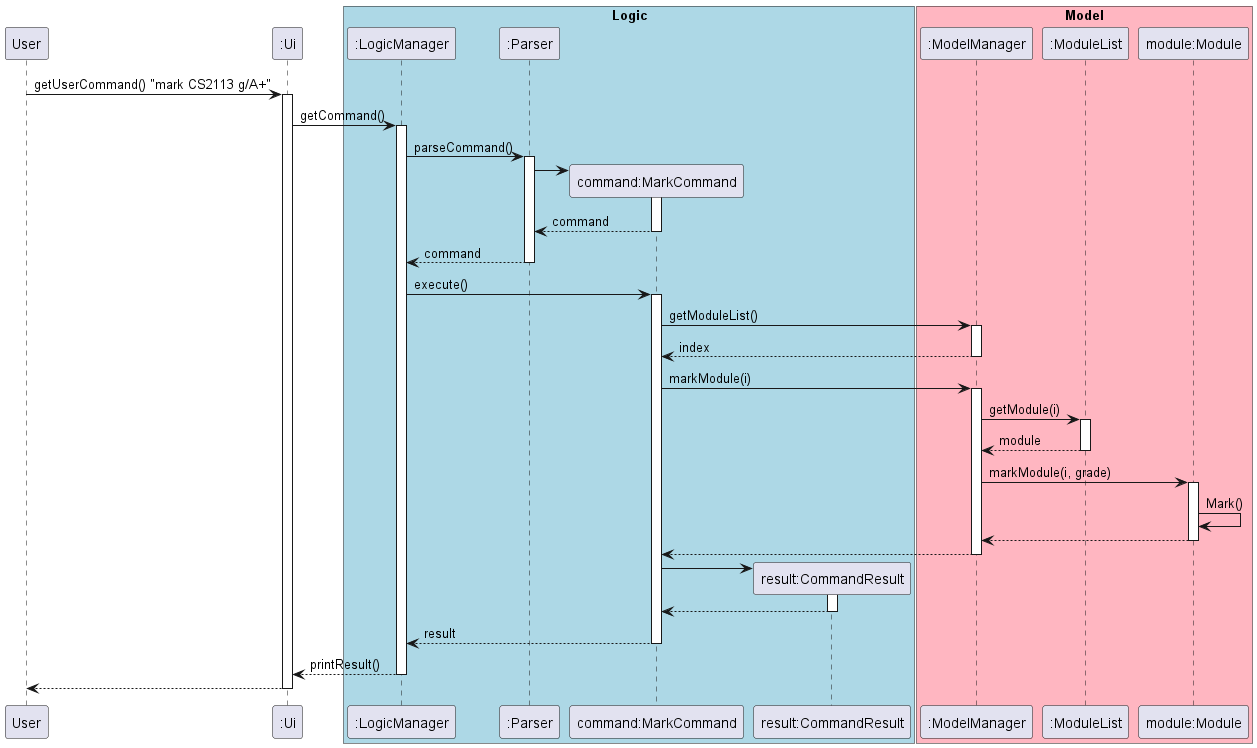
Before: docs/uml/diagrams/MarkModSequence.png, a diagram exported from PlantUML (sriram-senthilkr/tp).
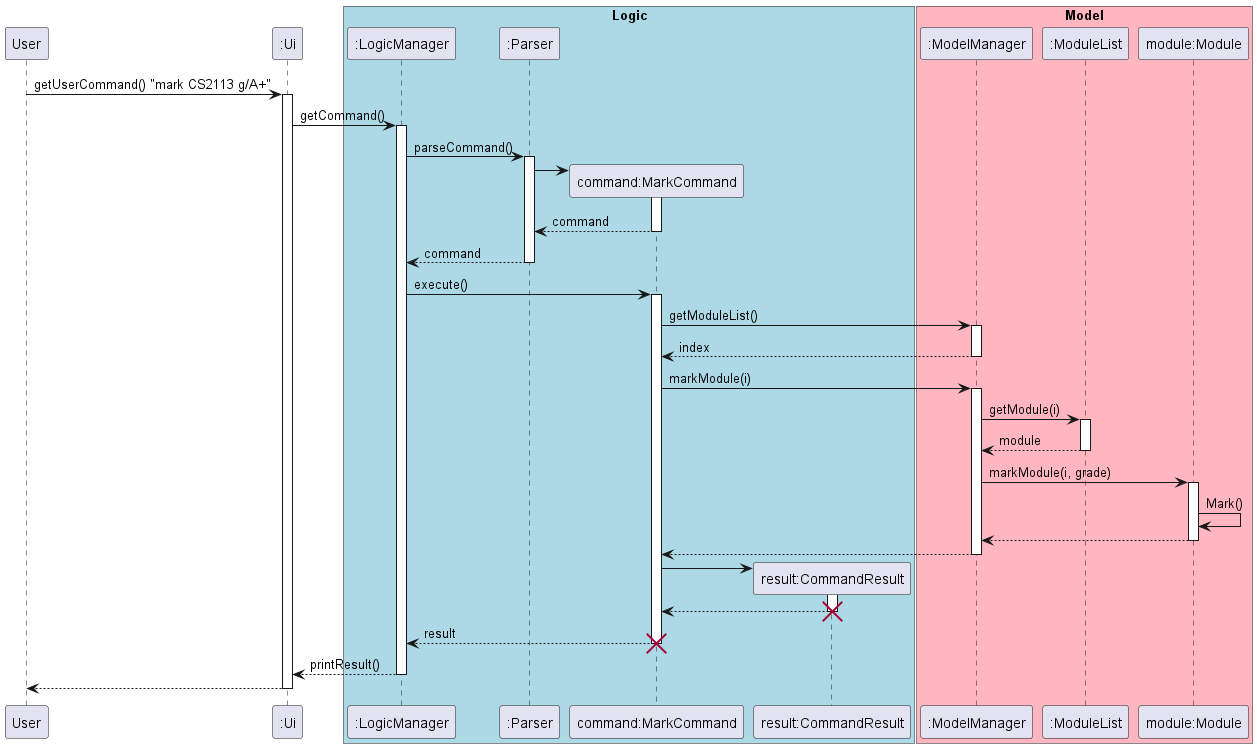
The same diagram one commit later.

Commit message:
Add destroy object

What changed in the source:
```diff
@@ -72,9 +72,11 @@
 activate CommandResult
 CommandResult --> MarkCommand
 deactivate CommandResult
+destroy CommandResult
 
 MarkCommand --> LogicManager: result
 deactivate MarkCommand
+destroy MarkCommand
 
 LogicManager --> Ui: printResult()
 deactivate LogicManager
```
